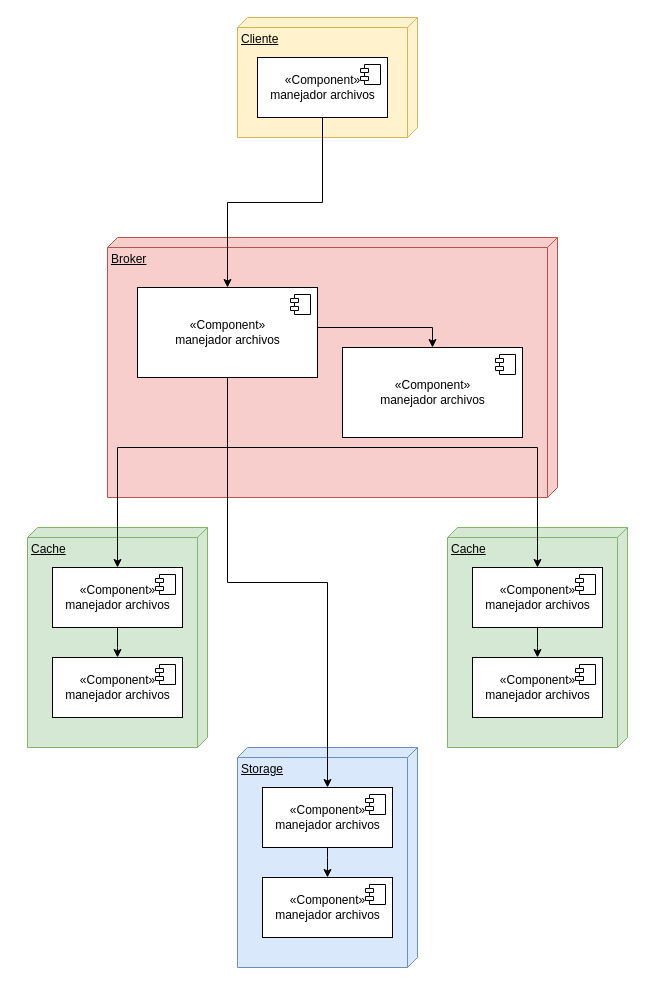
dhasane/gestor-informacion keeps this draw.io diagram as page "despliegue" (1 of 3) of diagramas/diagramas.drawio. Above is the earlier version. Source tidied: cells renumbered, new cells numbered last; positions are measured from the earlier drawing's top-left corner, leaving out a move shared by most shapes. Both pictures are drawn from the tidied source at 100%, with x=0, y=0 at pixel (27, 17).
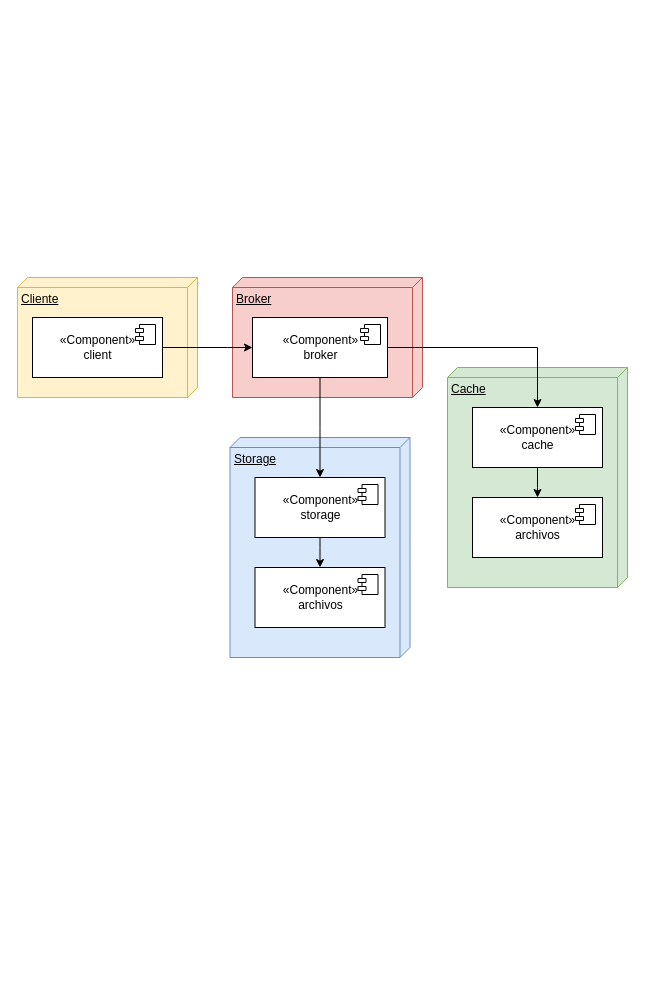
Above is the later version.

Change to the diagram source:
```diff
@@
     <mxCell id="2" value="Cliente" style="verticalAlign=top;align=left;spacingTop=8;spacingLeft=2;spacingRight=12;shape=cube;size=10;direction=south;fontStyle=4;html=1;fillColor=#fff2cc;strokeColor=#d6b656;" parent="1" vertex="1">
-      <mxGeometry x="210" width="180" height="120" as="geometry" />
+      <mxGeometry x="-10" y="260" width="180" height="120" as="geometry" />
     </mxCell>
     <mxCell id="3" value="Broker" style="verticalAlign=top;align=left;spacingTop=8;spacingLeft=2;spacingRight=12;shape=cube;size=10;direction=south;fontStyle=4;html=1;fillColor=#f8cecc;strokeColor=#b85450;" parent="1" vertex="1">
-      <mxGeometry x="80" y="220" width="450" height="260" as="geometry" />
+      <mxGeometry x="205" y="260" width="190" height="120" as="geometry" />
     </mxCell>
     <mxCell id="4" value="Storage" style="verticalAlign=top;align=left;spacingTop=8;spacingLeft=2;spacingRight=12;shape=cube;size=10;direction=south;fontStyle=4;html=1;fillColor=#dae8fc;strokeColor=#6c8ebf;" parent="1" vertex="1">
-      <mxGeometry x="210" y="730" width="180" height="220" as="geometry" />
+      <mxGeometry x="202.5" y="420" width="180" height="220" as="geometry" />
     </mxCell>
-    <mxCell id="5" value="Cache" style="verticalAlign=top;align=left;spacingTop=8;spacingLeft=2;spacingRight=12;shape=cube;size=10;direction=south;fontStyle=4;html=1;fillColor=#d5e8d4;strokeColor=#82b366;" parent="1" vertex="1">
-      <mxGeometry y="510" width="180" height="220" as="geometry" />
-    </mxCell>
     <mxCell id="6" value="Cache" style="verticalAlign=top;align=left;spacingTop=8;spacingLeft=2;spacingRight=12;shape=cube;size=10;direction=south;fontStyle=4;html=1;fillColor=#d5e8d4;strokeColor=#82b366;" parent="1" vertex="1">
-      <mxGeometry x="420" y="510" width="180" height="220" as="geometry" />
+      <mxGeometry x="420" y="350" width="180" height="220" as="geometry" />
     </mxCell>
     <mxCell id="7" style="edgeStyle=orthogonalEdgeStyle;rounded=0;jettySize=auto;html=1;" parent="1" edge="1" source="11" target="16">
       <mxGeometry relative="1" as="geometry">
         <Array as="points">
-          <mxPoint x="200" y="430" />
-          <mxPoint x="510" y="430" />
+          <mxPoint x="510" y="330" />
         </Array>
       </mxGeometry>
     </mxCell>
-    <mxCell id="8" style="edgeStyle=orthogonalEdgeStyle;rounded=0;jettySize=auto;html=1;" parent="1" edge="1" source="11" target="21">
-      <mxGeometry relative="1" as="geometry">
-        <Array as="points">
-          <mxPoint x="200" y="430" />
-          <mxPoint x="90" y="430" />
-        </Array>
-      </mxGeometry>
-    </mxCell>
     <mxCell id="9" style="edgeStyle=orthogonalEdgeStyle;rounded=0;jettySize=auto;html=1;" parent="1" edge="1" source="11" target="26">
-      <mxGeometry relative="1" as="geometry" />
+      <mxGeometry relative="1" as="geometry">
+        <Array as="points">
+          <mxPoint x="293" y="410" />
+          <mxPoint x="293" y="410" />
+        </Array>
+      </mxGeometry>
     </mxCell>
-    <mxCell id="10" style="edgeStyle=orthogonalEdgeStyle;rounded=0;jettySize=auto;html=1;entryX=0.5;entryY=0;entryDx=0;entryDy=0;" parent="1" edge="1" source="11" target="13">
-      <mxGeometry relative="1" as="geometry">
-        <Array as="points">
-          <mxPoint x="405" y="310" />
-        </Array>
-      </mxGeometry>
-    </mxCell>
-    <mxCell id="11" value="«Component»&lt;br&gt;manejador archivos" style="html=1;" parent="1" vertex="1">
-      <mxGeometry x="110" y="270" width="180" height="90" as="geometry" />
+    <mxCell id="11" value="«Component»&lt;br&gt;broker" style="html=1;" parent="1" vertex="1">
+      <mxGeometry x="225" y="300" width="135" height="60" as="geometry" />
     </mxCell>
@@
-    <mxCell id="13" value="«Component»&lt;br&gt;manejador archivos" style="html=1;" parent="1" vertex="1">
-      <mxGeometry x="315" y="330" width="180" height="90" as="geometry" />
-    </mxCell>
-    <mxCell id="14" style="shape=module;jettyWidth=8;jettyHeight=4;" parent="13" vertex="1">
-      <mxGeometry x="1" width="20" height="20" relative="1" as="geometry">
-        <mxPoint x="-27" y="7" as="offset" />
-      </mxGeometry>
-    </mxCell>
     <mxCell id="15" style="edgeStyle=orthogonalEdgeStyle;rounded=0;jettySize=auto;html=1;" parent="1" edge="1" source="16" target="18">
       <mxGeometry relative="1" as="geometry">
         <Array as="points">
-          <mxPoint x="510" y="630" />
-          <mxPoint x="510" y="630" />
+          <mxPoint x="510" y="470" />
+          <mxPoint x="510" y="470" />
         </Array>
       </mxGeometry>
     </mxCell>
-    <mxCell id="16" value="«Component»&lt;br&gt;manejador archivos" style="html=1;" parent="1" vertex="1">
-      <mxGeometry x="445" y="550" width="130" height="60" as="geometry" />
+    <mxCell id="16" value="«Component»&lt;br&gt;cache" style="html=1;" parent="1" vertex="1">
+      <mxGeometry x="445" y="390" width="130" height="60" as="geometry" />
     </mxCell>
@@
-    <mxCell id="18" value="«Component»&lt;br&gt;manejador archivos" style="html=1;" parent="1" vertex="1">
-      <mxGeometry x="445" y="640" width="130" height="60" as="geometry" />
+    <mxCell id="18" value="«Component»&lt;br&gt;archivos" style="html=1;" parent="1" vertex="1">
+      <mxGeometry x="445" y="480" width="130" height="60" as="geometry" />
     </mxCell>
@@
-    <mxCell id="20" style="edgeStyle=orthogonalEdgeStyle;rounded=0;jettySize=auto;html=1;" parent="1" edge="1" source="21" target="23">
-      <mxGeometry relative="1" as="geometry">
-        <Array as="points">
-          <mxPoint x="90" y="630" />
-          <mxPoint x="90" y="630" />
-        </Array>
-      </mxGeometry>
-    </mxCell>
-    <mxCell id="21" value="«Component»&lt;br&gt;manejador archivos" style="html=1;" parent="1" vertex="1">
-      <mxGeometry x="25" y="550" width="130" height="60" as="geometry" />
-    </mxCell>
-    <mxCell id="22" style="shape=module;jettyWidth=8;jettyHeight=4;" parent="21" vertex="1">
-      <mxGeometry x="1" width="20" height="20" relative="1" as="geometry">
-        <mxPoint x="-27" y="7" as="offset" />
-      </mxGeometry>
-    </mxCell>
-    <mxCell id="23" value="«Component»&lt;br&gt;manejador archivos" style="html=1;" parent="1" vertex="1">
-      <mxGeometry x="25" y="640" width="130" height="60" as="geometry" />
-    </mxCell>
-    <mxCell id="24" style="shape=module;jettyWidth=8;jettyHeight=4;" parent="23" vertex="1">
-      <mxGeometry x="1" width="20" height="20" relative="1" as="geometry">
-        <mxPoint x="-27" y="7" as="offset" />
-      </mxGeometry>
-    </mxCell>
     <mxCell id="25" style="edgeStyle=orthogonalEdgeStyle;rounded=0;jettySize=auto;html=1;" parent="1" edge="1" source="26" target="28">
       <mxGeometry relative="1" as="geometry">
         <Array as="points">
-          <mxPoint x="300" y="840" />
-          <mxPoint x="300" y="840" />
+          <mxPoint x="292.5" y="530" />
+          <mxPoint x="292.5" y="530" />
         </Array>
       </mxGeometry>
     </mxCell>
-    <mxCell id="26" value="«Component»&lt;br&gt;manejador archivos" style="html=1;" parent="1" vertex="1">
-      <mxGeometry x="235" y="770" width="130" height="60" as="geometry" />
+    <mxCell id="26" value="«Component»&lt;br&gt;storage" style="html=1;" parent="1" vertex="1">
+      <mxGeometry x="227.5" y="460" width="130" height="60" as="geometry" />
     </mxCell>
@@
-    <mxCell id="28" value="«Component»&lt;br&gt;manejador archivos" style="html=1;" parent="1" vertex="1">
-      <mxGeometry x="235" y="860" width="130" height="60" as="geometry" />
+    <mxCell id="28" value="«Component»&lt;br&gt;archivos" style="html=1;" parent="1" vertex="1">
+      <mxGeometry x="227.5" y="550" width="130" height="60" as="geometry" />
     </mxCell>
@@
     <mxCell id="30" style="edgeStyle=orthogonalEdgeStyle;rounded=0;jettySize=auto;html=1;" parent="1" edge="1" source="31" target="11">
-      <mxGeometry relative="1" as="geometry" />
+      <mxGeometry relative="1" as="geometry">
+        <Array as="points">
+          <mxPoint x="200" y="330" />
+          <mxPoint x="200" y="330" />
+        </Array>
+      </mxGeometry>
     </mxCell>
-    <mxCell id="31" value="«Component»&lt;br&gt;manejador archivos" style="html=1;" parent="1" vertex="1">
-      <mxGeometry x="230" y="40" width="130" height="60" as="geometry" />
+    <mxCell id="31" value="«Component»&lt;br&gt;client" style="html=1;" parent="1" vertex="1">
+      <mxGeometry x="5" y="300" width="130" height="60" as="geometry" />
     </mxCell>
```
